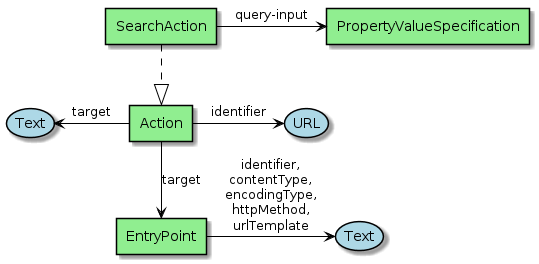
This is series/diagrams/Action.png from eovoc/eo-on-schema.org, a PlantUML export, as it was before one commit.
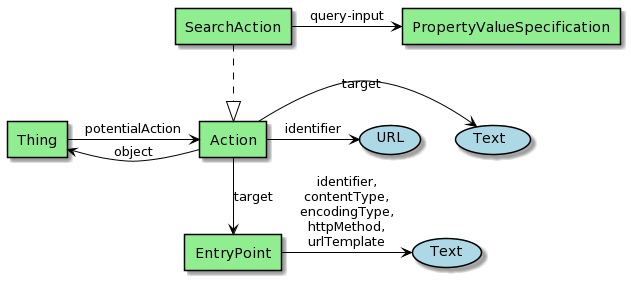
The same diagram one commit later.

What changed in the source:
```diff
@@ -1,13 +1,15 @@
 @startuml
+!define Class agent
+!define Property usecase
 
-skinparam usecase {
+skinparam Property {
 BackgroundColor LightBlue
 BorderColor Black
   ArrowColor Black
   linetype Ortho
 }
 
-skinparam agent {
+skinparam Class {
 BackgroundColor LightGreen
 BorderColor Black
 ArrowColor Black
@@ -15,17 +17,22 @@
 }
 
 
-agent Action
-agent SearchAction
-agent EntryPoint
-agent PropertyValueSpecification
+Class Action
+Class SearchAction
+Class EntryPoint
+Class PropertyValueSpecification
+Class Thing
 
 
 SearchAction .down.|> Action
 
 Action -down-> EntryPoint : "target"
 
-Action -left-> (Text ) : "target"
+Action -right-> (Text ) : "target"
+
+Action -left-> Thing : "object"
+
+Thing -right-> Action : "potentialAction"
 
 Action -right-> (URL) : "identifier"
 
```
